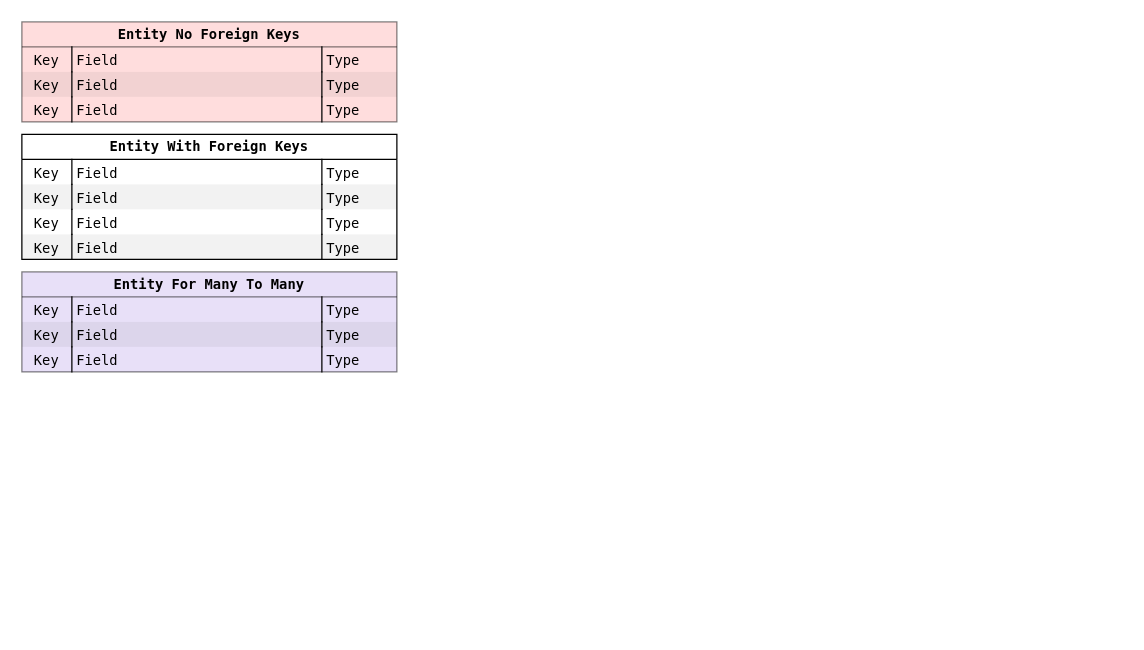
Earlier version of the draw.io diagram MySQL/octo_tweet/octo_tweet.drawio (jvaque/Octo-Tweet). Source tidied: cells renumbered, new cells numbered last; positions are measured from the earlier drawing's top-left corner, leaving out a move shared by most shapes. Both pictures are drawn from the tidied source at 125%, with x=0, y=0 at pixel (21, 21).
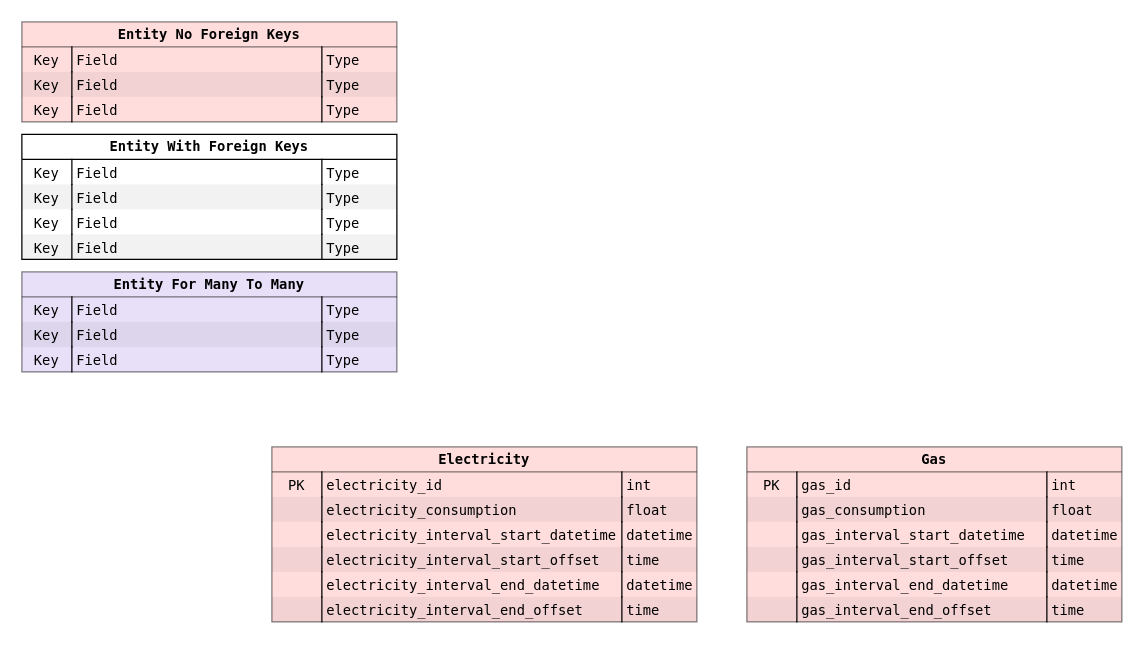
The same page after the edit.

Commit message:
Added Table Definitions To .drawio File

Added the structure of the database tables to make it easier to
understand the structure of the database at a glance.

The edit, as a diff of the source:
```diff
@@
+    <mxCell id="35" value="Electricity" style="html=1;whiteSpace=wrap;swimlane;swimlaneFillColor=#FFBBBB;startSize=20;fontSize=11;fontColor=#000000;spacing=0;strokeOpacity=100;fontFamily=Lucida Console;fillColor=#ffbbbb;swimlaneLine=1;opacity=50;gradientColor=none;" parent="1" vertex="1">
+      <mxGeometry x="200" y="340" width="340" height="140" as="geometry" />
+    </mxCell>
+    <mxCell id="36" value="PK" style="strokeColor=none;align=center;verticalAlign=top;spacingLeft=4;spacingRight=4;overflow=hidden;swimlaneFillColor=#ffffff;fontSize=11;fontColor=#000000;fillColor=none;strokeOpacity=100;spacing=0;fontFamily=Lucida Console;" parent="35" vertex="1">
+      <mxGeometry y="20" width="40" height="20" as="geometry" />
+    </mxCell>
+    <mxCell id="37" value="electricity_id" style="shape=partialRectangle;top=0;right=0;bottom=0;align=left;verticalAlign=top;spacingLeft=4;spacingRight=4;overflow=hidden;swimlaneFillColor=#ffffff;fontSize=11;fontColor=#000000;fillColor=none;strokeOpacity=100;spacing=0;fontFamily=Lucida Console;" parent="35" vertex="1">
+      <mxGeometry x="40" y="20" width="240" height="20" as="geometry" />
+    </mxCell>
+    <mxCell id="38" value="int" style="shape=partialRectangle;top=0;right=0;bottom=0;align=left;verticalAlign=top;spacingLeft=4;spacingRight=4;overflow=hidden;swimlaneFillColor=#ffffff;fontSize=11;fontColor=#000000;fillColor=none;strokeOpacity=100;spacing=0;fontFamily=Lucida Console;" parent="35" vertex="1">
+      <mxGeometry x="280" y="20" width="60" height="20" as="geometry" />
+    </mxCell>
+    <mxCell id="39" style="strokeColor=none;align=center;verticalAlign=top;spacingLeft=4;spacingRight=4;overflow=hidden;swimlaneFillColor=#ffffff;fontSize=11;fontColor=#000000;fillColor=#000000;strokeOpacity=100;spacing=0;fontFamily=Lucida Console;fillOpacity=5;" parent="35" vertex="1">
+      <mxGeometry y="40" width="40" height="20" as="geometry" />
+    </mxCell>
+    <mxCell id="40" value="electricity_consumption" style="shape=partialRectangle;top=0;right=0;bottom=0;align=left;verticalAlign=top;spacingLeft=4;spacingRight=4;overflow=hidden;swimlaneFillColor=#ffffff;fontSize=11;fontColor=#000000;fillColor=#000000;strokeOpacity=100;spacing=0;fontFamily=Lucida Console;fillOpacity=5;" parent="35" vertex="1">
+      <mxGeometry x="40" y="40" width="240" height="20" as="geometry" />
+    </mxCell>
+    <mxCell id="41" value="float" style="shape=partialRectangle;top=0;right=0;bottom=0;align=left;verticalAlign=top;spacingLeft=4;spacingRight=4;overflow=hidden;swimlaneFillColor=#ffffff;fontSize=11;fontColor=#000000;fillColor=#000000;strokeOpacity=100;spacing=0;fontFamily=Lucida Console;fillOpacity=5;" parent="35" vertex="1">
+      <mxGeometry x="280" y="40" width="60" height="20" as="geometry" />
+    </mxCell>
+    <mxCell id="42" value="electricity_interval_start_datetime" style="shape=partialRectangle;top=0;right=0;bottom=0;align=left;verticalAlign=top;spacingLeft=4;spacingRight=4;overflow=hidden;swimlaneFillColor=#ffffff;fontSize=11;fontColor=#000000;fillColor=none;strokeOpacity=100;spacing=0;fontFamily=Lucida Console;" parent="35" vertex="1">
+      <mxGeometry x="40" y="60" width="240" height="20" as="geometry" />
+    </mxCell>
+    <mxCell id="43" value="datetime" style="shape=partialRectangle;top=0;right=0;bottom=0;align=left;verticalAlign=top;spacingLeft=4;spacingRight=4;overflow=hidden;swimlaneFillColor=#ffffff;fontSize=11;fontColor=#000000;fillColor=none;strokeOpacity=100;spacing=0;fontFamily=Lucida Console;" parent="35" vertex="1">
+      <mxGeometry x="280" y="60" width="60" height="20" as="geometry" />
+    </mxCell>
+    <mxCell id="44" style="strokeColor=none;align=center;verticalAlign=top;spacingLeft=4;spacingRight=4;overflow=hidden;swimlaneFillColor=#ffffff;fontSize=11;fontColor=#000000;fillColor=#000000;strokeOpacity=100;spacing=0;fontFamily=Lucida Console;fillOpacity=5;" parent="35" vertex="1">
+      <mxGeometry y="80" width="40" height="20" as="geometry" />
+    </mxCell>
+    <mxCell id="45" value="electricity_interval_start_offset" style="shape=partialRectangle;top=0;right=0;bottom=0;align=left;verticalAlign=top;spacingLeft=4;spacingRight=4;overflow=hidden;swimlaneFillColor=#ffffff;fontSize=11;fontColor=#000000;fillColor=#000000;strokeOpacity=100;spacing=0;fontFamily=Lucida Console;fillOpacity=5;" parent="35" vertex="1">
+      <mxGeometry x="40" y="80" width="240" height="20" as="geometry" />
+    </mxCell>
+    <mxCell id="46" value="time" style="shape=partialRectangle;top=0;right=0;bottom=0;align=left;verticalAlign=top;spacingLeft=4;spacingRight=4;overflow=hidden;swimlaneFillColor=#ffffff;fontSize=11;fontColor=#000000;fillColor=#000000;strokeOpacity=100;spacing=0;fontFamily=Lucida Console;fillOpacity=5;" parent="35" vertex="1">
+      <mxGeometry x="280" y="80" width="60" height="20" as="geometry" />
+    </mxCell>
+    <mxCell id="47" value="electricity_interval_end_datetime" style="shape=partialRectangle;top=0;right=0;bottom=0;align=left;verticalAlign=top;spacingLeft=4;spacingRight=4;overflow=hidden;swimlaneFillColor=#ffffff;fontSize=11;fontColor=#000000;fillColor=none;strokeOpacity=100;spacing=0;fontFamily=Lucida Console;" parent="35" vertex="1">
+      <mxGeometry x="40" y="100" width="240" height="20" as="geometry" />
+    </mxCell>
+    <mxCell id="48" value="datetime" style="shape=partialRectangle;top=0;right=0;bottom=0;align=left;verticalAlign=top;spacingLeft=4;spacingRight=4;overflow=hidden;swimlaneFillColor=#ffffff;fontSize=11;fontColor=#000000;fillColor=none;strokeOpacity=100;spacing=0;fontFamily=Lucida Console;" parent="35" vertex="1">
+      <mxGeometry x="280" y="100" width="60" height="20" as="geometry" />
+    </mxCell>
+    <mxCell id="49" style="strokeColor=none;align=center;verticalAlign=top;spacingLeft=4;spacingRight=4;overflow=hidden;swimlaneFillColor=#ffffff;fontSize=11;fontColor=#000000;fillColor=#000000;strokeOpacity=100;spacing=0;fontFamily=Lucida Console;fillOpacity=5;" parent="35" vertex="1">
+      <mxGeometry y="120" width="40" height="20" as="geometry" />
+    </mxCell>
+    <mxCell id="50" value="electricity_interval_end_offset" style="shape=partialRectangle;top=0;right=0;bottom=0;align=left;verticalAlign=top;spacingLeft=4;spacingRight=4;overflow=hidden;swimlaneFillColor=#ffffff;fontSize=11;fontColor=#000000;fillColor=#000000;strokeOpacity=100;spacing=0;fontFamily=Lucida Console;fillOpacity=5;" parent="35" vertex="1">
+      <mxGeometry x="40" y="120" width="240" height="20" as="geometry" />
+    </mxCell>
+    <mxCell id="51" value="time" style="shape=partialRectangle;top=0;right=0;bottom=0;align=left;verticalAlign=top;spacingLeft=4;spacingRight=4;overflow=hidden;swimlaneFillColor=#ffffff;fontSize=11;fontColor=#000000;fillColor=#000000;strokeOpacity=100;spacing=0;fontFamily=Lucida Console;fillOpacity=5;" parent="35" vertex="1">
+      <mxGeometry x="280" y="120" width="60" height="20" as="geometry" />
+    </mxCell>
+    <mxCell id="52" value="Gas" style="html=1;whiteSpace=wrap;swimlane;swimlaneFillColor=#FFBBBB;startSize=20;fontSize=11;fontColor=#000000;spacing=0;strokeOpacity=100;fontFamily=Lucida Console;fillColor=#ffbbbb;swimlaneLine=1;opacity=50;gradientColor=none;" parent="1" vertex="1">
+      <mxGeometry x="580" y="340" width="300" height="140" as="geometry" />
+    </mxCell>
+    <mxCell id="53" value="PK" style="strokeColor=none;align=center;verticalAlign=top;spacingLeft=4;spacingRight=4;overflow=hidden;swimlaneFillColor=#ffffff;fontSize=11;fontColor=#000000;fillColor=none;strokeOpacity=100;spacing=0;fontFamily=Lucida Console;" parent="52" vertex="1">
+      <mxGeometry y="20" width="40" height="20" as="geometry" />
+    </mxCell>
+    <mxCell id="54" value="gas_id" style="shape=partialRectangle;top=0;right=0;bottom=0;align=left;verticalAlign=top;spacingLeft=4;spacingRight=4;overflow=hidden;swimlaneFillColor=#ffffff;fontSize=11;fontColor=#000000;fillColor=none;strokeOpacity=100;spacing=0;fontFamily=Lucida Console;" parent="52" vertex="1">
+      <mxGeometry x="40" y="20" width="200" height="20" as="geometry" />
+    </mxCell>
+    <mxCell id="55" value="int" style="shape=partialRectangle;top=0;right=0;bottom=0;align=left;verticalAlign=top;spacingLeft=4;spacingRight=4;overflow=hidden;swimlaneFillColor=#ffffff;fontSize=11;fontColor=#000000;fillColor=none;strokeOpacity=100;spacing=0;fontFamily=Lucida Console;" parent="52" vertex="1">
+      <mxGeometry x="240" y="20" width="60" height="20" as="geometry" />
+    </mxCell>
+    <mxCell id="56" style="strokeColor=none;align=center;verticalAlign=top;spacingLeft=4;spacingRight=4;overflow=hidden;swimlaneFillColor=#ffffff;fontSize=11;fontColor=#000000;fillColor=#000000;strokeOpacity=100;spacing=0;fontFamily=Lucida Console;fillOpacity=5;" parent="52" vertex="1">
+      <mxGeometry y="40" width="40" height="20" as="geometry" />
+    </mxCell>
+    <mxCell id="57" value="gas_consumption" style="shape=partialRectangle;top=0;right=0;bottom=0;align=left;verticalAlign=top;spacingLeft=4;spacingRight=4;overflow=hidden;swimlaneFillColor=#ffffff;fontSize=11;fontColor=#000000;fillColor=#000000;strokeOpacity=100;spacing=0;fontFamily=Lucida Console;fillOpacity=5;" parent="52" vertex="1">
+      <mxGeometry x="40" y="40" width="200" height="20" as="geometry" />
+    </mxCell>
+    <mxCell id="58" value="float" style="shape=partialRectangle;top=0;right=0;bottom=0;align=left;verticalAlign=top;spacingLeft=4;spacingRight=4;overflow=hidden;swimlaneFillColor=#ffffff;fontSize=11;fontColor=#000000;fillColor=#000000;strokeOpacity=100;spacing=0;fontFamily=Lucida Console;fillOpacity=5;" parent="52" vertex="1">
+      <mxGeometry x="240" y="40" width="60" height="20" as="geometry" />
+    </mxCell>
+    <mxCell id="59" value="gas_interval_start_datetime" style="shape=partialRectangle;top=0;right=0;bottom=0;align=left;verticalAlign=top;spacingLeft=4;spacingRight=4;overflow=hidden;swimlaneFillColor=#ffffff;fontSize=11;fontColor=#000000;fillColor=none;strokeOpacity=100;spacing=0;fontFamily=Lucida Console;" parent="52" vertex="1">
+      <mxGeometry x="40" y="60" width="200" height="20" as="geometry" />
+    </mxCell>
+    <mxCell id="60" value="datetime" style="shape=partialRectangle;top=0;right=0;bottom=0;align=left;verticalAlign=top;spacingLeft=4;spacingRight=4;overflow=hidden;swimlaneFillColor=#ffffff;fontSize=11;fontColor=#000000;fillColor=none;strokeOpacity=100;spacing=0;fontFamily=Lucida Console;" parent="52" vertex="1">
+      <mxGeometry x="240" y="60" width="60" height="20" as="geometry" />
+    </mxCell>
+    <mxCell id="61" style="strokeColor=none;align=center;verticalAlign=top;spacingLeft=4;spacingRight=4;overflow=hidden;swimlaneFillColor=#ffffff;fontSize=11;fontColor=#000000;fillColor=#000000;strokeOpacity=100;spacing=0;fontFamily=Lucida Console;fillOpacity=5;" parent="52" vertex="1">
+      <mxGeometry y="80" width="40" height="20" as="geometry" />
+    </mxCell>
+    <mxCell id="62" value="gas_interval_start_offset" style="shape=partialRectangle;top=0;right=0;bottom=0;align=left;verticalAlign=top;spacingLeft=4;spacingRight=4;overflow=hidden;swimlaneFillColor=#ffffff;fontSize=11;fontColor=#000000;fillColor=#000000;strokeOpacity=100;spacing=0;fontFamily=Lucida Console;fillOpacity=5;" parent="52" vertex="1">
+      <mxGeometry x="40" y="80" width="200" height="20" as="geometry" />
+    </mxCell>
+    <mxCell id="63" value="time" style="shape=partialRectangle;top=0;right=0;bottom=0;align=left;verticalAlign=top;spacingLeft=4;spacingRight=4;overflow=hidden;swimlaneFillColor=#ffffff;fontSize=11;fontColor=#000000;fillColor=#000000;strokeOpacity=100;spacing=0;fontFamily=Lucida Console;fillOpacity=5;" parent="52" vertex="1">
+      <mxGeometry x="240" y="80" width="60" height="20" as="geometry" />
+    </mxCell>
+    <mxCell id="64" value="gas_interval_end_datetime" style="shape=partialRectangle;top=0;right=0;bottom=0;align=left;verticalAlign=top;spacingLeft=4;spacingRight=4;overflow=hidden;swimlaneFillColor=#ffffff;fontSize=11;fontColor=#000000;fillColor=none;strokeOpacity=100;spacing=0;fontFamily=Lucida Console;" parent="52" vertex="1">
+      <mxGeometry x="40" y="100" width="200" height="20" as="geometry" />
+    </mxCell>
+    <mxCell id="65" value="datetime" style="shape=partialRectangle;top=0;right=0;bottom=0;align=left;verticalAlign=top;spacingLeft=4;spacingRight=4;overflow=hidden;swimlaneFillColor=#ffffff;fontSize=11;fontColor=#000000;fillColor=none;strokeOpacity=100;spacing=0;fontFamily=Lucida Console;" parent="52" vertex="1">
+      <mxGeometry x="240" y="100" width="60" height="20" as="geometry" />
+    </mxCell>
+    <mxCell id="66" style="strokeColor=none;align=center;verticalAlign=top;spacingLeft=4;spacingRight=4;overflow=hidden;swimlaneFillColor=#ffffff;fontSize=11;fontColor=#000000;fillColor=#000000;strokeOpacity=100;spacing=0;fontFamily=Lucida Console;fillOpacity=5;" parent="52" vertex="1">
+      <mxGeometry y="120" width="40" height="20" as="geometry" />
+    </mxCell>
+    <mxCell id="67" value="gas_interval_end_offset" style="shape=partialRectangle;top=0;right=0;bottom=0;align=left;verticalAlign=top;spacingLeft=4;spacingRight=4;overflow=hidden;swimlaneFillColor=#ffffff;fontSize=11;fontColor=#000000;fillColor=#000000;strokeOpacity=100;spacing=0;fontFamily=Lucida Console;fillOpacity=5;" parent="52" vertex="1">
+      <mxGeometry x="40" y="120" width="200" height="20" as="geometry" />
+    </mxCell>
+    <mxCell id="68" value="time" style="shape=partialRectangle;top=0;right=0;bottom=0;align=left;verticalAlign=top;spacingLeft=4;spacingRight=4;overflow=hidden;swimlaneFillColor=#ffffff;fontSize=11;fontColor=#000000;fillColor=#000000;strokeOpacity=100;spacing=0;fontFamily=Lucida Console;fillOpacity=5;" parent="52" vertex="1">
+      <mxGeometry x="240" y="120" width="60" height="20" as="geometry" />
+    </mxCell>
```
